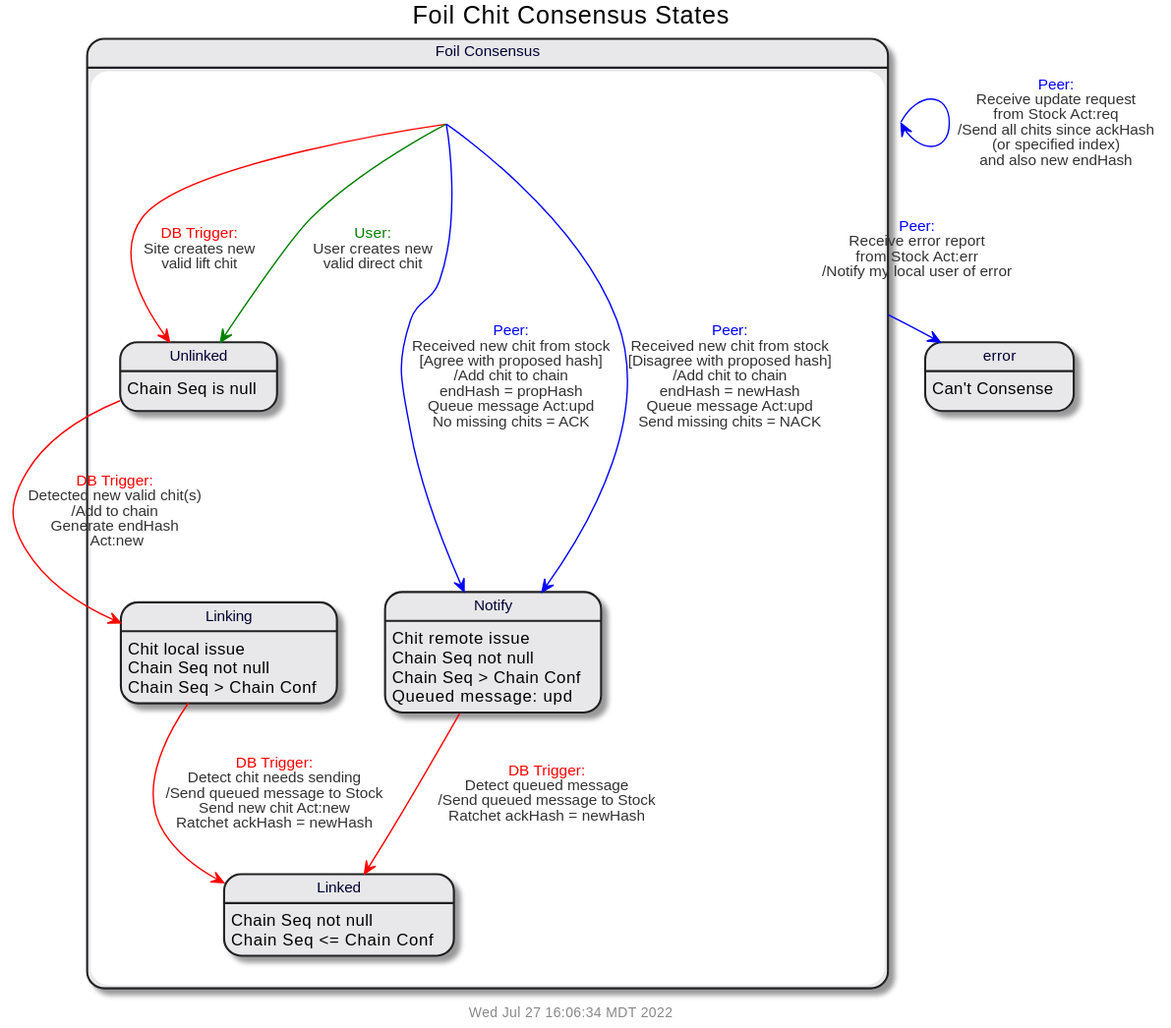
Above: doc/uml/state-conf.svg in gotchoices/MyCHIPs (PlantUML), before the change.
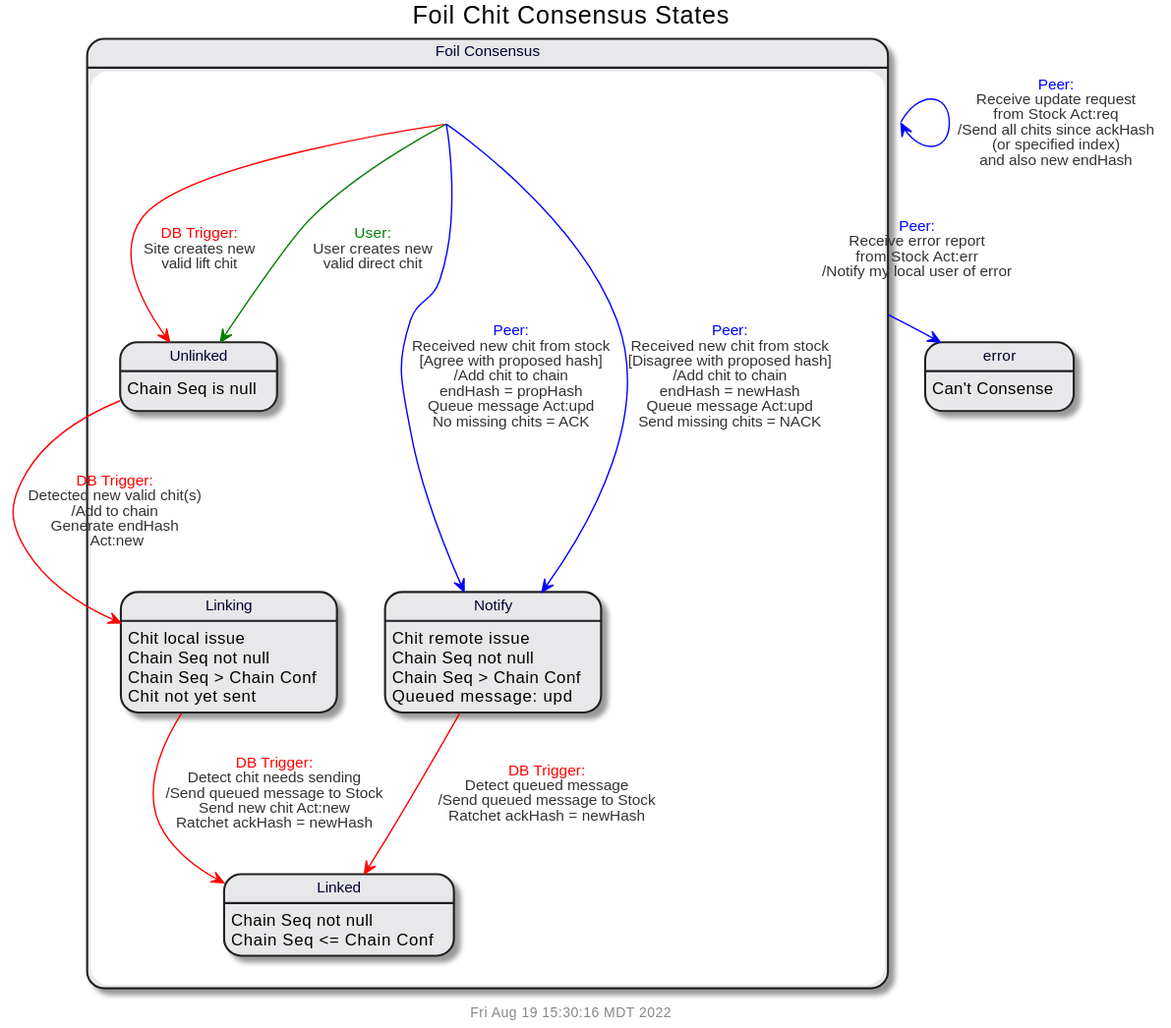
After the change.

Change to the diagram source:
```diff
@@ -17,6 +17,7 @@
 linking: Chit local issue
 linking: Chain Seq not null
 linking: Chain Seq > Chain Conf
+linking: Chit not yet sent
 notify: Chit remote issue
 notify: Chain Seq not null
 notify: Chain Seq > Chain Conf
```
